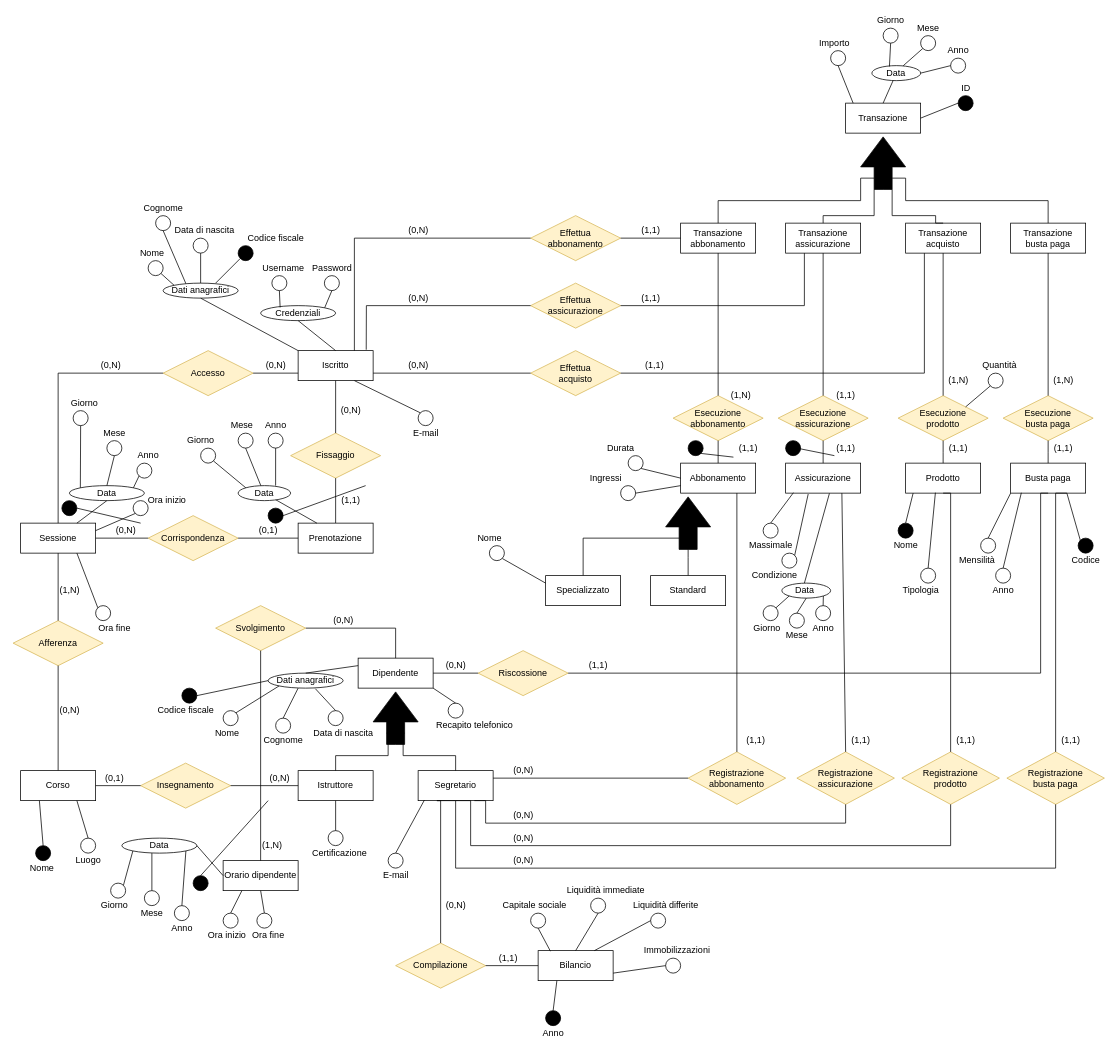
Before: ER.drawio in DavideNunin/anconarockclimb, a draw.io diagram. Source tidied: cells renumbered, new cells numbered last; positions are measured from the earlier drawing's top-left corner, leaving out a move shared by most shapes. Both pictures are drawn from the tidied source at 75%, with x=0, y=0 at pixel (13, 13).
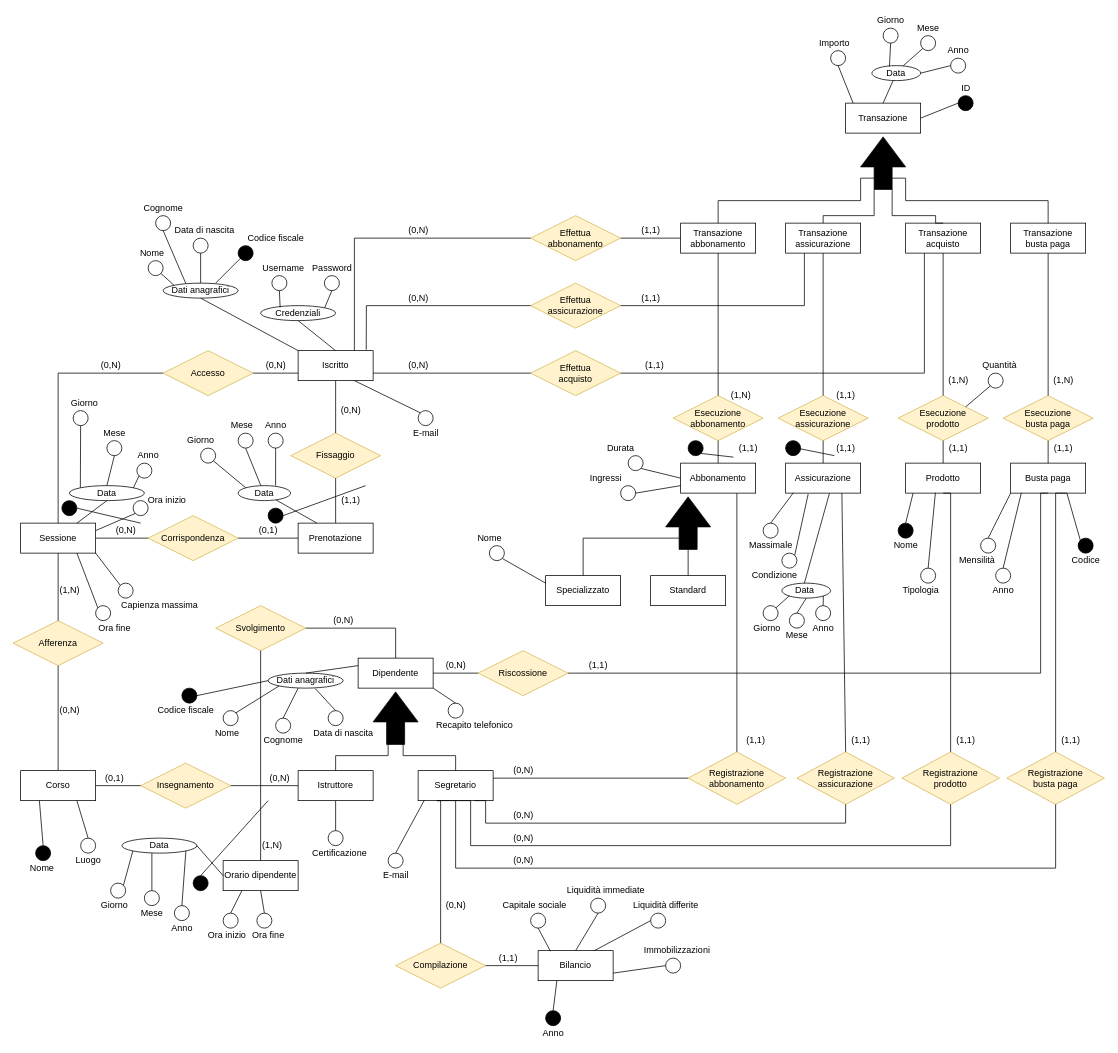
The same page after the edit.

The change refers to these unchanged cells:
```xml
<mxCell id="9" value="Sessione" style="whiteSpace=wrap;html=1;align=center;" parent="1" vertex="1">
  <mxGeometry x="10" y="680" width="100" height="40" as="geometry" />
</mxCell>
```

What changed in the source:
```diff
@@
+    <mxCell id="313" style="ellipse;whiteSpace=wrap;html=1;glass=0;" parent="1" vertex="1">
+      <mxGeometry x="140" y="760" width="20" height="20" as="geometry" />
+    </mxCell>
+    <mxCell id="314" style="endArrow=none;html=1;rounded=0;entryX=1;entryY=1;entryDx=0;entryDy=0;exitX=0;exitY=0;exitDx=0;exitDy=0;" parent="1" edge="1" source="313" target="9">
+      <mxGeometry relative="1" as="geometry" />
+    </mxCell>
+    <mxCell id="315" value="Capienza massima" style="text;html=1;align=center;verticalAlign=middle;strokeColor=none;fillColor=none;" parent="1" vertex="1">
+      <mxGeometry x="135" y="780" width="120" height="20" as="geometry" />
+    </mxCell>
```
